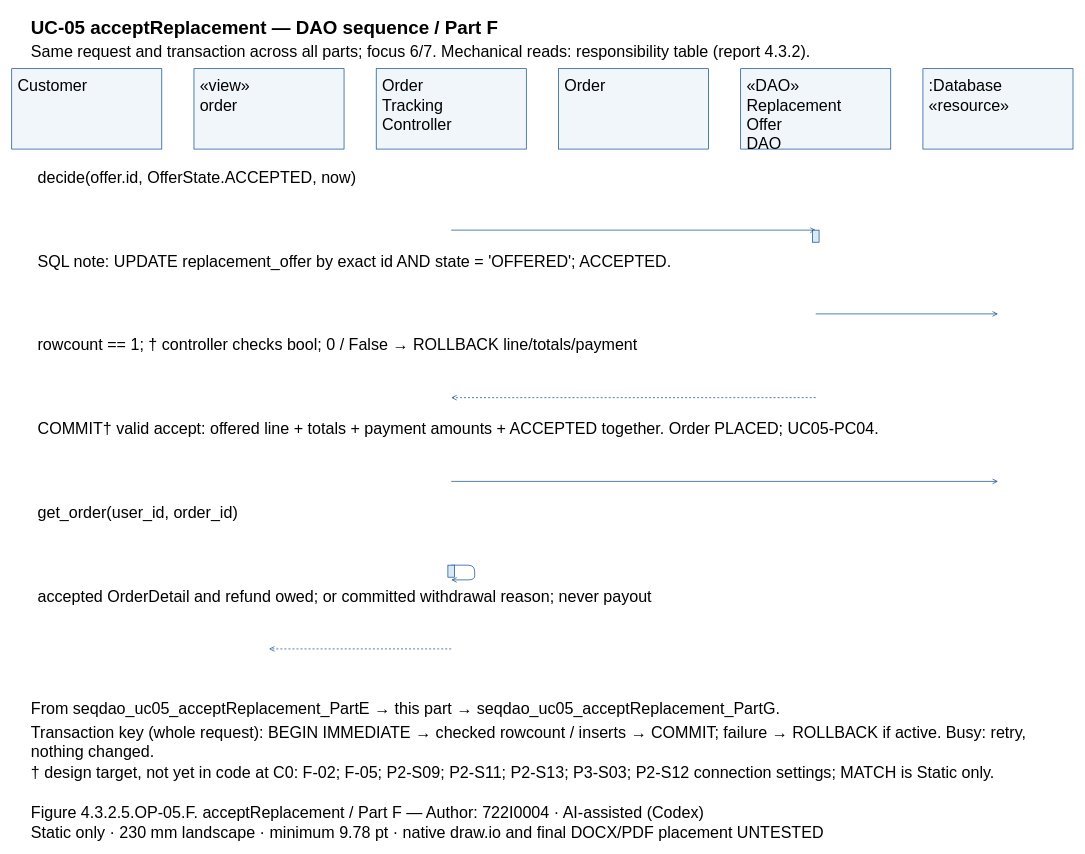
Dat071104/SaigonBite keeps this draw.io diagram as models/UC-05/seqdao_uc05_acceptReplacement_PartF.drawio. Above is the earlier version. Source tidied: cells renumbered, new cells numbered last; positions are measured from the earlier drawing's top-left corner, leaving out a move shared by most shapes. Both pictures are drawn from the tidied source at 67%, with x=0, y=0 at pixel (11, 11).
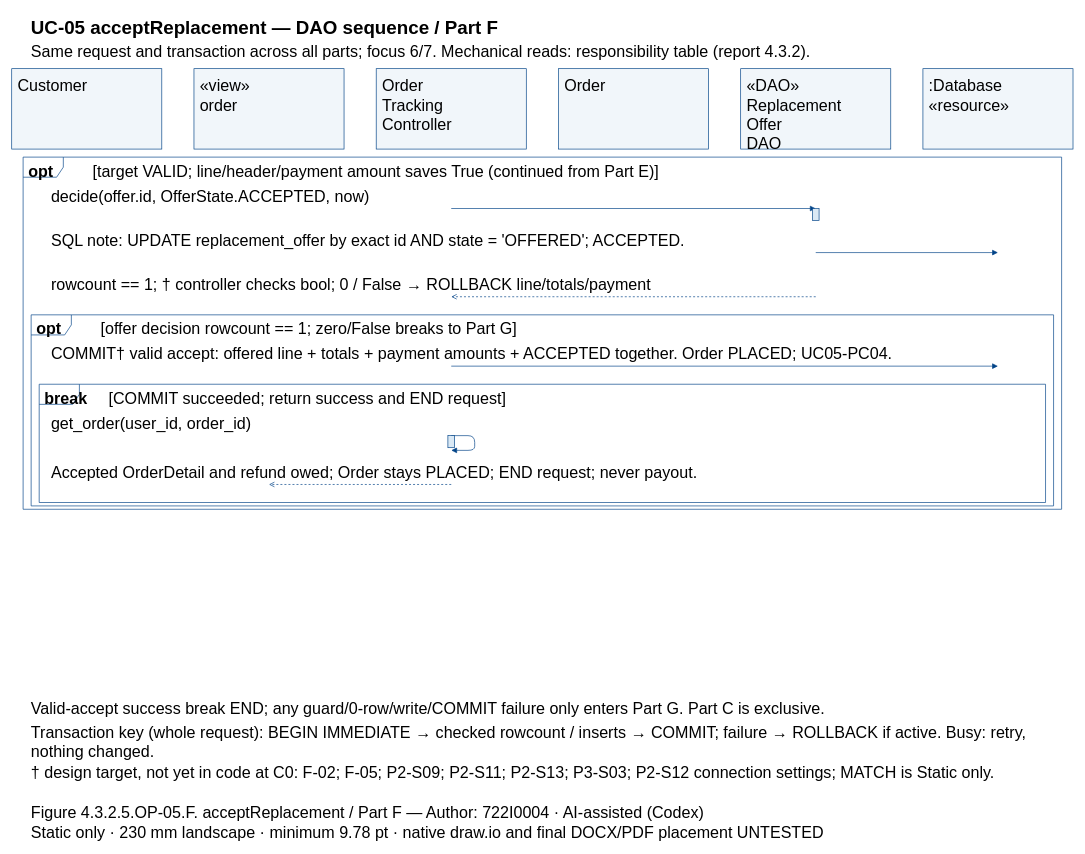
After the change.

What changed in the source:
```diff
@@
+    <mxCell id="47" style="shape=umlFrame;fillColor=none;strokeColor=#004387;" parent="1" vertex="1">
+      <mxGeometry x="17" y="217" width="1550" height="525.6" as="geometry" />
+    </mxCell>
+    <mxCell id="48" style="shape=umlFrame;fillColor=none;strokeColor=#004387;" parent="1" vertex="1">
+      <mxGeometry x="29" y="452.4" width="1526" height="285.2" as="geometry" />
+    </mxCell>
+    <mxCell id="49" style="shape=umlFrame;fillColor=none;strokeColor=#004387;" parent="1" vertex="1">
+      <mxGeometry x="41" y="556" width="1502" height="176.5" as="geometry" />
+    </mxCell>
@@
-    <mxCell id="13" value="«DAO»&#10;Replacement&#10;Offer&#10;DAO" style="text;html=0;whiteSpace=wrap;align=left;verticalAlign=top;strokeColor=none;fillColor=none;fontFamily=Arial;fontSize=24;fontStyle=0;" parent="1" vertex="1">
-      <mxGeometry x="1095" y="90" width="210" height="111.4" as="geometry" />
-    </mxCell>
+    <mxCell id="16" value="«DAO»&#10;Replacement&#10;Offer&#10;DAO" style="text;html=0;whiteSpace=wrap;align=left;verticalAlign=top;strokeColor=none;fillColor=none;fontFamily=Arial;fontSize=24;fontStyle=0;" parent="1" vertex="1">
+      <mxGeometry x="1095" y="90" width="210" height="111.4" as="geometry" />
+    </mxCell>
@@
-    <mxCell id="16" value="decide(offer.id, OfferState.ACCEPTED, now)" style="text;html=0;whiteSpace=wrap;align=left;verticalAlign=top;strokeColor=none;fillColor=none;fontFamily=Arial;fontSize=24;fontStyle=0;" parent="1" vertex="1">
-      <mxGeometry x="37" y="227" width="1510" height="27.8" as="geometry" />
-    </mxCell>
+    <mxCell id="50" value="opt" style="text;html=0;whiteSpace=wrap;align=left;verticalAlign=top;strokeColor=none;fillColor=none;fontFamily=Arial;fontSize=24;fontStyle=1;" parent="1" vertex="1">
+      <mxGeometry x="23" y="218" width="84" height="27.8" as="geometry" />
+    </mxCell>
+    <mxCell id="51" value="[target VALID; line/header/payment amount saves True (continued from Part E)]" style="text;html=0;whiteSpace=wrap;align=left;verticalAlign=top;strokeColor=none;fillColor=none;fontFamily=Arial;fontSize=24;fontStyle=0;" parent="1" vertex="1">
+      <mxGeometry x="119" y="218" width="1438" height="27.8" as="geometry" />
+    </mxCell>
+    <mxCell id="52" value="opt" style="text;html=0;whiteSpace=wrap;align=left;verticalAlign=top;strokeColor=none;fillColor=none;fontFamily=Arial;fontSize=24;fontStyle=1;" parent="1" vertex="1">
+      <mxGeometry x="35" y="453.4" width="84" height="27.8" as="geometry" />
+    </mxCell>
+    <mxCell id="53" value="[offer decision rowcount == 1; zero/False breaks to Part G]" style="text;html=0;whiteSpace=wrap;align=left;verticalAlign=top;strokeColor=none;fillColor=none;fontFamily=Arial;fontSize=24;fontStyle=0;" parent="1" vertex="1">
+      <mxGeometry x="131" y="453.4" width="1414" height="27.8" as="geometry" />
+    </mxCell>
+    <mxCell id="54" value="break" style="text;html=0;whiteSpace=wrap;align=left;verticalAlign=top;strokeColor=none;fillColor=none;fontFamily=Arial;fontSize=24;fontStyle=1;" parent="1" vertex="1">
+      <mxGeometry x="47" y="557" width="84" height="27.8" as="geometry" />
+    </mxCell>
+    <mxCell id="55" value="[COMMIT succeeded; return success and END request]" style="text;html=0;whiteSpace=wrap;align=left;verticalAlign=top;strokeColor=none;fillColor=none;fontFamily=Arial;fontSize=24;fontStyle=0;" parent="1" vertex="1">
+      <mxGeometry x="143" y="557" width="1390" height="27.8" as="geometry" />
+    </mxCell>
+    <mxCell id="33" value="decide(offer.id, OfferState.ACCEPTED, now)" style="text;html=0;whiteSpace=wrap;align=left;verticalAlign=top;strokeColor=none;fillColor=none;fontFamily=Arial;fontSize=24;fontStyle=0;" parent="1" vertex="1">
+      <mxGeometry x="57" y="254.8" width="1470" height="27.8" as="geometry" />
+    </mxCell>
     <mxCell id="17" style="opacity=0;" parent="1" vertex="1">
-      <mxGeometry x="656" y="326" as="geometry" />
+      <mxGeometry x="656" y="293.7" as="geometry" />
     </mxCell>
     <mxCell id="18" style="opacity=0;" parent="1" vertex="1">
-      <mxGeometry x="1200" y="326" as="geometry" />
+      <mxGeometry x="1200" y="293.7" as="geometry" />
     </mxCell>
-    <mxCell id="19" style="edgeStyle=none;endArrow=open;strokeColor=#004387;exitX=0.5;entryX=0.5;exitPerimeter=0;entryPerimeter=0;" parent="1" edge="1" source="17" target="18">
+    <mxCell id="19" style="edgeStyle=none;endArrow=block;endFill=1;strokeColor=#004387;exitX=0.5;entryX=0.5;exitPerimeter=0;entryPerimeter=0;" parent="1" edge="1" source="17" target="18">
       <mxGeometry relative="1" as="geometry" />
     </mxCell>
-    <mxCell id="20" style="fillColor=#DAE9F5;strokeColor=#004387;" parent="1" vertex="1">
-      <mxGeometry x="1195" y="326" width="10" height="18" as="geometry" />
-    </mxCell>
-    <mxCell id="21" value="SQL note: UPDATE replacement_offer by exact id AND state = 'OFFERED'; ACCEPTED." style="text;html=0;whiteSpace=wrap;align=left;verticalAlign=top;strokeColor=none;fillColor=none;fontFamily=Arial;fontSize=24;fontStyle=0;" parent="1" vertex="1">
-      <mxGeometry x="37" y="352" width="1510" height="27.8" as="geometry" />
-    </mxCell>
+    <mxCell id="37" style="fillColor=#DAE9F5;strokeColor=#004387;" parent="1" vertex="1">
+      <mxGeometry x="1195" y="293.7" width="10" height="18" as="geometry" />
+    </mxCell>
+    <mxCell id="38" value="SQL note: UPDATE replacement_offer by exact id AND state = 'OFFERED'; ACCEPTED." style="text;html=0;whiteSpace=wrap;align=left;verticalAlign=top;strokeColor=none;fillColor=none;fontFamily=Arial;fontSize=24;fontStyle=0;" parent="1" vertex="1">
+      <mxGeometry x="57" y="320.7" width="1470" height="27.8" as="geometry" />
+    </mxCell>
     <mxCell id="22" style="opacity=0;" parent="1" vertex="1">
-      <mxGeometry x="1200" y="451" as="geometry" />
+      <mxGeometry x="1200" y="359.5" as="geometry" />
     </mxCell>
     <mxCell id="23" style="opacity=0;" parent="1" vertex="1">
-      <mxGeometry x="1472" y="451" as="geometry" />
+      <mxGeometry x="1472" y="359.5" as="geometry" />
     </mxCell>
-    <mxCell id="24" style="edgeStyle=none;endArrow=open;strokeColor=#004387;exitX=0.5;entryX=0.5;exitPerimeter=0;entryPerimeter=0;" parent="1" edge="1" source="22" target="23">
+    <mxCell id="24" style="edgeStyle=none;endArrow=block;endFill=1;strokeColor=#004387;exitX=0.5;entryX=0.5;exitPerimeter=0;entryPerimeter=0;" parent="1" edge="1" source="22" target="23">
       <mxGeometry relative="1" as="geometry" />
     </mxCell>
-    <mxCell id="25" value="rowcount == 1; † controller checks bool; 0 / False → ROLLBACK line/totals/payment" style="text;html=0;whiteSpace=wrap;align=left;verticalAlign=top;strokeColor=none;fillColor=none;fontFamily=Arial;fontSize=24;fontStyle=0;" parent="1" vertex="1">
-      <mxGeometry x="37" y="477" width="1510" height="27.8" as="geometry" />
-    </mxCell>
+    <mxCell id="42" value="rowcount == 1; † controller checks bool; 0 / False → ROLLBACK line/totals/payment" style="text;html=0;whiteSpace=wrap;align=left;verticalAlign=top;strokeColor=none;fillColor=none;fontFamily=Arial;fontSize=24;fontStyle=0;" parent="1" vertex="1">
+      <mxGeometry x="57" y="386.5" width="1470" height="27.8" as="geometry" />
+    </mxCell>
     <mxCell id="26" style="opacity=0;" parent="1" vertex="1">
-      <mxGeometry x="1200" y="576" as="geometry" />
+      <mxGeometry x="1200" y="425.4" as="geometry" />
     </mxCell>
     <mxCell id="27" style="opacity=0;" parent="1" vertex="1">
-      <mxGeometry x="656" y="576" as="geometry" />
+      <mxGeometry x="656" y="425.4" as="geometry" />
     </mxCell>
-    <mxCell id="28" style="edgeStyle=none;endArrow=open;strokeColor=#004387;dashed=1;exitX=0.5;entryX=0.5;exitPerimeter=0;entryPerimeter=0;" parent="1" edge="1" source="26" target="27">
+    <mxCell id="28" style="edgeStyle=none;endArrow=open;endFill=0;strokeColor=#004387;dashed=1;exitX=0.5;entryX=0.5;exitPerimeter=0;entryPerimeter=0;" parent="1" edge="1" source="26" target="27">
       <mxGeometry relative="1" as="geometry" />
     </mxCell>
-    <mxCell id="29" value="COMMIT† valid accept: offered line + totals + payment amounts + ACCEPTED together. Order PLACED; UC05-PC04." style="text;html=0;whiteSpace=wrap;align=left;verticalAlign=top;strokeColor=none;fillColor=none;fontFamily=Arial;fontSize=24;fontStyle=0;" parent="1" vertex="1">
-      <mxGeometry x="37" y="602" width="1510" height="27.8" as="geometry" />
-    </mxCell>
+    <mxCell id="44" value="COMMIT† valid accept: offered line + totals + payment amounts + ACCEPTED together. Order PLACED; UC05-PC04." style="text;html=0;whiteSpace=wrap;align=left;verticalAlign=top;strokeColor=none;fillColor=none;fontFamily=Arial;fontSize=24;fontStyle=0;" parent="1" vertex="1">
+      <mxGeometry x="57" y="490.2" width="1470" height="27.8" as="geometry" />
+    </mxCell>
     <mxCell id="30" style="opacity=0;" parent="1" vertex="1">
-      <mxGeometry x="656" y="701" as="geometry" />
+      <mxGeometry x="656" y="529" as="geometry" />
     </mxCell>
     <mxCell id="31" style="opacity=0;" parent="1" vertex="1">
-      <mxGeometry x="1472" y="701" as="geometry" />
+      <mxGeometry x="1472" y="529" as="geometry" />
     </mxCell>
-    <mxCell id="32" style="edgeStyle=none;endArrow=open;strokeColor=#004387;exitX=0.5;entryX=0.5;exitPerimeter=0;entryPerimeter=0;" parent="1" edge="1" source="30" target="31">
+    <mxCell id="32" style="edgeStyle=none;endArrow=block;endFill=1;strokeColor=#004387;exitX=0.5;entryX=0.5;exitPerimeter=0;entryPerimeter=0;" parent="1" edge="1" source="30" target="31">
       <mxGeometry relative="1" as="geometry" />
     </mxCell>
-    <mxCell id="33" value="get_order(user_id, order_id)" style="text;html=0;whiteSpace=wrap;align=left;verticalAlign=top;strokeColor=none;fillColor=none;fontFamily=Arial;fontSize=24;fontStyle=0;" parent="1" vertex="1">
-      <mxGeometry x="37" y="727" width="1510" height="27.8" as="geometry" />
-    </mxCell>
+    <mxCell id="46" value="get_order(user_id, order_id)" style="text;html=0;whiteSpace=wrap;align=left;verticalAlign=top;strokeColor=none;fillColor=none;fontFamily=Arial;fontSize=24;fontStyle=0;" parent="1" vertex="1">
+      <mxGeometry x="57" y="593.9" width="1470" height="27.8" as="geometry" />
+    </mxCell>
     <mxCell id="34" style="opacity=0;" parent="1" vertex="1">
-      <mxGeometry x="656" y="826" as="geometry" />
+      <mxGeometry x="656" y="632.7" as="geometry" />
     </mxCell>
     <mxCell id="35" style="opacity=0;" parent="1" vertex="1">
-      <mxGeometry x="656" y="848" as="geometry" />
+      <mxGeometry x="656" y="654.7" as="geometry" />
     </mxCell>
-    <mxCell id="36" style="edgeStyle=none;endArrow=open;strokeColor=#004387;exitX=0.5;entryX=0.5;exitPerimeter=0;entryPerimeter=0;" parent="1" edge="1" source="34" target="35">
+    <mxCell id="36" style="edgeStyle=none;endArrow=block;endFill=1;strokeColor=#004387;exitX=0.5;entryX=0.5;exitPerimeter=0;entryPerimeter=0;" parent="1" edge="1" source="34" target="35">
       <mxGeometry relative="1" as="geometry">
         <Array as="points">
-          <mxPoint x="691" y="826" />
-          <mxPoint x="691" y="848" />
+          <mxPoint x="691" y="632.7" />
+          <mxPoint x="691" y="654.7" />
         </Array>
       </mxGeometry>
     </mxCell>
-    <mxCell id="37" style="fillColor=#DAE9F5;strokeColor=#004387;" parent="1" vertex="1">
-      <mxGeometry x="651" y="826" width="10" height="18" as="geometry" />
-    </mxCell>
-    <mxCell id="38" value="accepted OrderDetail and refund owed; or committed withdrawal reason; never payout" style="text;html=0;whiteSpace=wrap;align=left;verticalAlign=top;strokeColor=none;fillColor=none;fontFamily=Arial;fontSize=24;fontStyle=0;" parent="1" vertex="1">
-      <mxGeometry x="37" y="852" width="1510" height="27.8" as="geometry" />
-    </mxCell>
+    <mxCell id="56" style="fillColor=#DAE9F5;strokeColor=#004387;" parent="1" vertex="1">
+      <mxGeometry x="651" y="632.7" width="10" height="18" as="geometry" />
+    </mxCell>
+    <mxCell id="57" value="Accepted OrderDetail and refund owed; Order stays PLACED; END request; never payout." style="text;html=0;whiteSpace=wrap;align=left;verticalAlign=top;strokeColor=none;fillColor=none;fontFamily=Arial;fontSize=24;fontStyle=0;" parent="1" vertex="1">
+      <mxGeometry x="57" y="666.7" width="1470" height="27.8" as="geometry" />
+    </mxCell>
     <mxCell id="39" style="opacity=0;" parent="1" vertex="1">
-      <mxGeometry x="656" y="951" as="geometry" />
+      <mxGeometry x="656" y="705.6" as="geometry" />
     </mxCell>
     <mxCell id="40" style="opacity=0;" parent="1" vertex="1">
-      <mxGeometry x="384" y="951" as="geometry" />
+      <mxGeometry x="384" y="705.6" as="geometry" />
     </mxCell>
-    <mxCell id="41" style="edgeStyle=none;endArrow=open;strokeColor=#004387;dashed=1;exitX=0.5;entryX=0.5;exitPerimeter=0;entryPerimeter=0;" parent="1" edge="1" source="39" target="40">
+    <mxCell id="41" style="edgeStyle=none;endArrow=open;endFill=0;strokeColor=#004387;dashed=1;exitX=0.5;entryX=0.5;exitPerimeter=0;entryPerimeter=0;" parent="1" edge="1" source="39" target="40">
       <mxGeometry relative="1" as="geometry" />
     </mxCell>
-    <mxCell id="42" value="From seqdao_uc05_acceptReplacement_PartE → this part → seqdao_uc05_acceptReplacement_PartG." style="text;html=0;whiteSpace=wrap;align=left;verticalAlign=top;strokeColor=none;fillColor=none;fontFamily=Arial;fontSize=24;fontStyle=0;" parent="1" vertex="1">
-      <mxGeometry x="27" y="1020" width="1530" height="27.8" as="geometry" />
-    </mxCell>
+    <mxCell id="58" value="Valid-accept success break END; any guard/0-row/write/COMMIT failure only enters Part G. Part C is exclusive." style="text;html=0;whiteSpace=wrap;align=left;verticalAlign=top;strokeColor=none;fillColor=none;fontFamily=Arial;fontSize=24;fontStyle=0;" parent="1" vertex="1">
+      <mxGeometry x="27" y="1020" width="1530" height="27.8" as="geometry" />
+    </mxCell>
@@
-    <mxCell id="44" value="† design target, not yet in code at C0: F-02; F-05; P2-S09; P2-S11; P2-S13; P3-S03; P2-S12 connection settings; MATCH is Static only." style="text;html=0;whiteSpace=wrap;align=left;verticalAlign=top;strokeColor=none;fillColor=none;fontFamily=Arial;fontSize=24;fontStyle=0;" parent="1" vertex="1">
-      <mxGeometry x="27" y="1115" width="1530" height="27.8" as="geometry" />
-    </mxCell>
+    <mxCell id="59" value="† design target, not yet in code at C0: F-02; F-05; P2-S09; P2-S11; P2-S13; P3-S03; P2-S12 connection settings; MATCH is Static only." style="text;html=0;whiteSpace=wrap;align=left;verticalAlign=top;strokeColor=none;fillColor=none;fontFamily=Arial;fontSize=24;fontStyle=0;" parent="1" vertex="1">
+      <mxGeometry x="27" y="1115" width="1530" height="27.8" as="geometry" />
+    </mxCell>
@@
-    <mxCell id="46" value="Static only · 230 mm landscape · minimum 9.78 pt · native draw.io and final DOCX/PDF placement UNTESTED" style="text;html=0;whiteSpace=wrap;align=left;verticalAlign=top;strokeColor=none;fillColor=none;fontFamily=Arial;fontSize=24;fontStyle=0;" parent="1" vertex="1">
-      <mxGeometry x="27" y="1205" width="1530" height="27.8" as="geometry" />
-    </mxCell>
+    <mxCell id="60" value="Static only · 230 mm landscape · minimum 9.78 pt · native draw.io and final DOCX/PDF placement UNTESTED" style="text;html=0;whiteSpace=wrap;align=left;verticalAlign=top;strokeColor=none;fillColor=none;fontFamily=Arial;fontSize=24;fontStyle=0;" parent="1" vertex="1">
+      <mxGeometry x="27" y="1205" width="1530" height="27.8" as="geometry" />
+    </mxCell>
```
